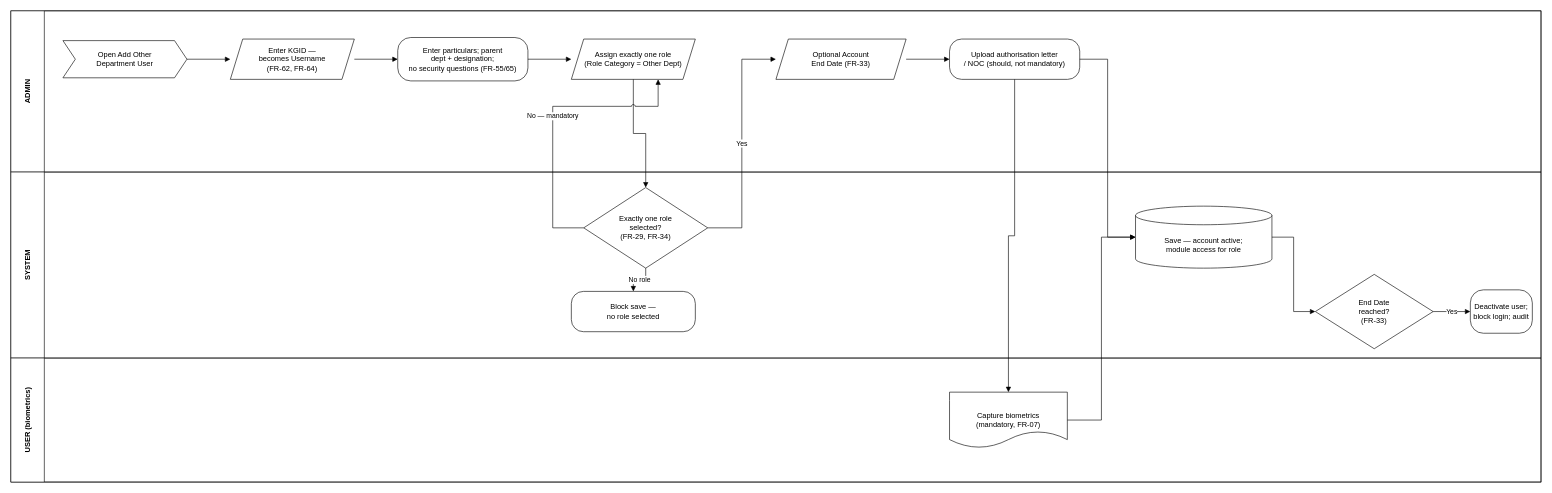
Earlier version of the draw.io diagram Finalized BRD/User Management/ProcessDiagrams/User_Management/P-08_Other_Department_User_Creation.drawio (mvprash/Kaveri3Plan). Source tidied: cells renumbered, new cells numbered last; positions are measured from the earlier drawing's top-left corner, leaving out a move shared by most shapes. Both pictures are drawn from the tidied source at 62%, with x=0, y=0 at pixel (11, 11).
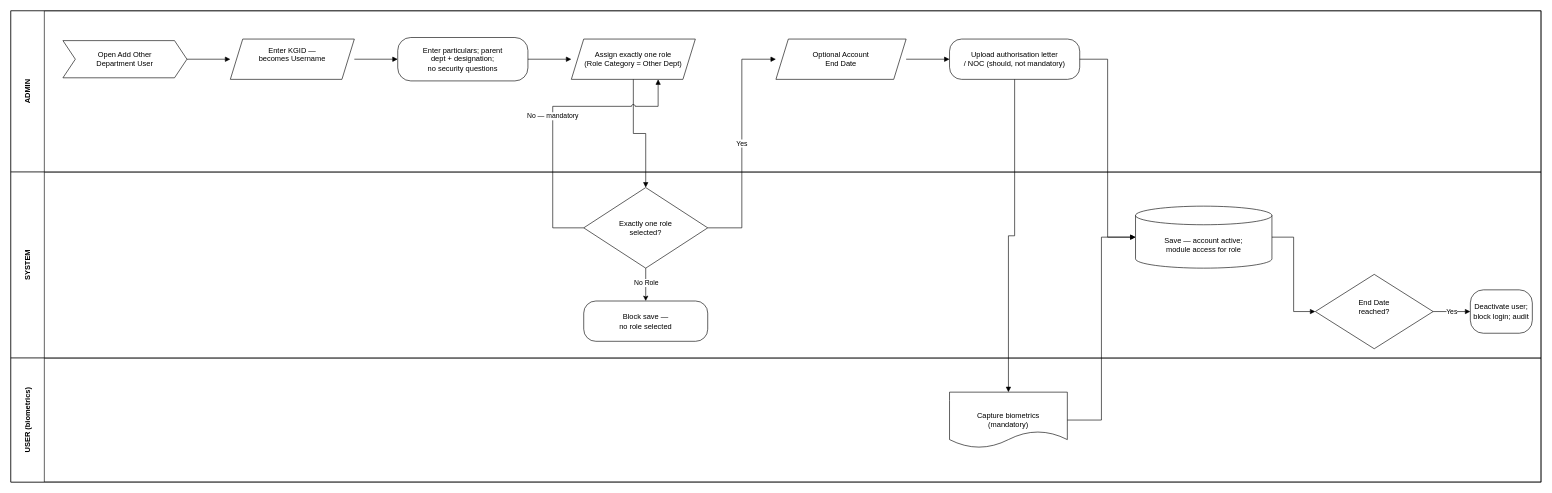
The same diagram, later.

Change to the diagram source:
```diff
@@
-    <mxCell id="7" value="Enter KGID —&#10;becomes Username&#10;(FR-62, FR-64)" style="shape=parallelogram;whiteSpace=wrap;html=1;fixedSize=1;" parent="1" vertex="1">
+    <mxCell id="7" value="Enter KGID —&lt;br&gt;becomes Username&lt;div&gt;&lt;br/&gt;&lt;/div&gt;" style="shape=parallelogram;whiteSpace=wrap;html=1;fixedSize=1;" parent="1" vertex="1">
       <mxGeometry x="354" y="45.5" width="200" height="65" as="geometry" />
     </mxCell>
-    <mxCell id="8" value="Enter particulars; parent&#10;dept + designation;&#10;no security questions (FR-55/65)" style="rounded=1;whiteSpace=wrap;html=1;arcSize=30;" parent="1" vertex="1">
+    <mxCell id="8" value="Enter particulars; parent&lt;br&gt;dept + designation;&lt;br&gt;no security questions" style="rounded=1;whiteSpace=wrap;html=1;arcSize=30;" parent="1" vertex="1">
       <mxGeometry x="624" y="43" width="210" height="70" as="geometry" />
     </mxCell>
@@
+    <mxCell id="31" style="edgeStyle=orthogonalEdgeStyle;rounded=0;jettySize=auto;html=1;exitX=0.5;exitY=1;exitDx=0;exitDy=0;entryX=0.5;entryY=0;entryDx=0;entryDy=0;" parent="1" edge="1" source="10" target="11">
+      <mxGeometry relative="1" as="geometry" />
+    </mxCell>
+    <mxCell id="32" value="No Role" style="edgeLabel;html=1;align=center;verticalAlign=middle;" parent="31" vertex="1">
+      <mxGeometry x="-0.15" relative="1" as="geometry" />
+    </mxCell>
-    <mxCell id="10" value="Exactly one role&#10;selected?&#10;(FR-29, FR-34)" style="rhombus;whiteSpace=wrap;html=1;" parent="1" vertex="1">
+    <mxCell id="10" value="Exactly one role&lt;br&gt;selected?" style="rhombus;whiteSpace=wrap;html=1;" parent="1" vertex="1">
       <mxGeometry x="924" y="285" width="200" height="130" as="geometry" />
     </mxCell>
     <mxCell id="11" value="Block save —&#10;no role selected" style="rounded=1;whiteSpace=wrap;html=1;arcSize=30;" parent="1" vertex="1">
-      <mxGeometry x="904" y="452.5" width="200" height="65" as="geometry" />
+      <mxGeometry x="924" y="468" width="200" height="65" as="geometry" />
     </mxCell>
-    <mxCell id="12" value="Optional Account&#10;End Date (FR-33)" style="shape=parallelogram;whiteSpace=wrap;html=1;fixedSize=1;" parent="1" vertex="1">
+    <mxCell id="12" value="Optional Account&lt;br&gt;End Date" style="shape=parallelogram;whiteSpace=wrap;html=1;fixedSize=1;" parent="1" vertex="1">
       <mxGeometry x="1234" y="45.5" width="210" height="65" as="geometry" />
     </mxCell>
@@
-    <mxCell id="14" value="Capture biometrics&#10;(mandatory, FR-07)" style="shape=document;whiteSpace=wrap;html=1;" parent="1" vertex="1">
+    <mxCell id="14" value="Capture biometrics&lt;br&gt;(mandatory)" style="shape=document;whiteSpace=wrap;html=1;" parent="1" vertex="1">
       <mxGeometry x="1514" y="615" width="190" height="90" as="geometry" />
     </mxCell>
@@
-    <mxCell id="16" value="End Date&#10;reached?&#10;(FR-33)" style="rhombus;whiteSpace=wrap;html=1;" parent="1" vertex="1">
+    <mxCell id="16" value="End Date&lt;br&gt;reached?&lt;div&gt;&lt;br/&gt;&lt;/div&gt;" style="rhombus;whiteSpace=wrap;html=1;" parent="1" vertex="1">
       <mxGeometry x="2104" y="425" width="190" height="120" as="geometry" />
     </mxCell>
@@
-    <mxCell id="23" value="No role" style="edgeStyle=orthogonalEdgeStyle;rounded=0;html=1;endArrow=block;exitX=0.5;exitY=0.5;entryX=0.5;entryY=0.5;" parent="1" edge="1">
-      <mxGeometry relative="1" as="geometry">
-        <mxPoint x="1024" y="415" as="sourcePoint" />
-        <mxPoint x="1004" y="452.5" as="targetPoint" />
-        <Array as="points">
-          <mxPoint x="1024" y="433.8" />
-          <mxPoint x="1004" y="433.8" />
-        </Array>
-      </mxGeometry>
-    </mxCell>
```
